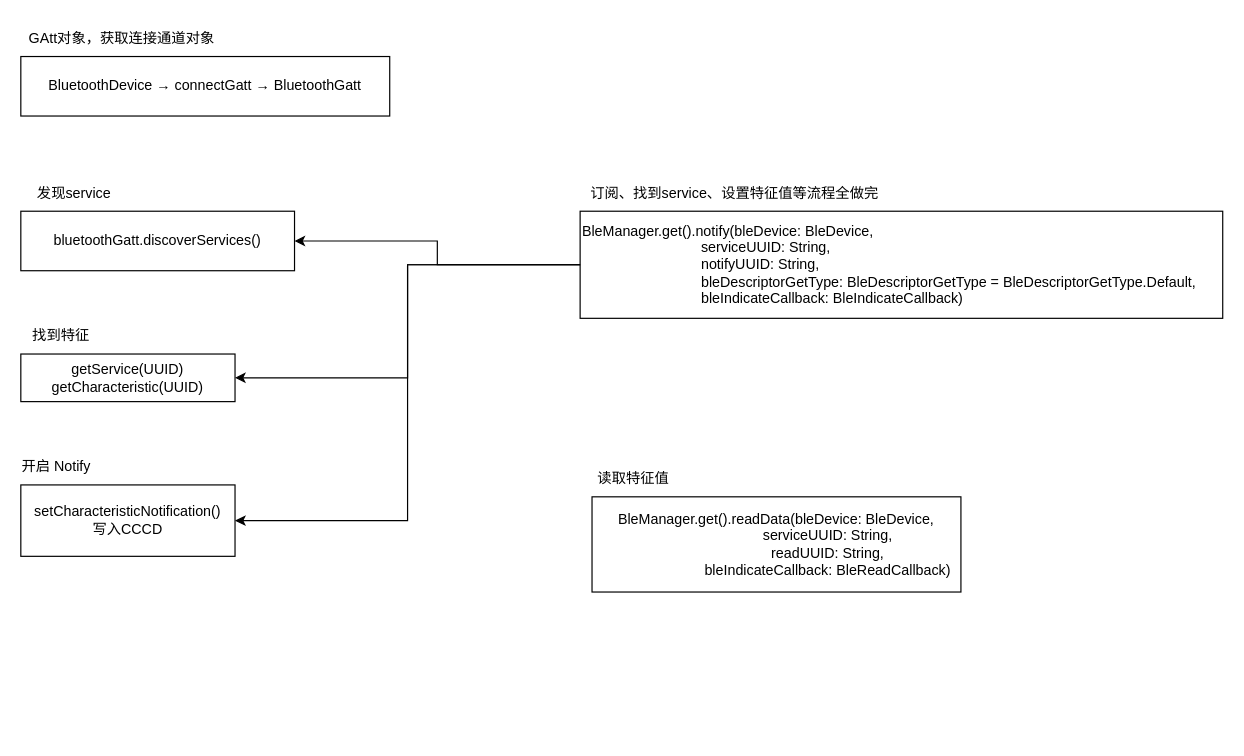
Before: 使用低功耗蓝牙配网流程.drawio in hhhhh15/drawio, a draw.io diagram. Source tidied: cells renumbered, new cells numbered last; positions are measured from the earlier drawing's top-left corner, leaving out a move shared by most shapes. Both pictures are drawn from the tidied source at 119%, with x=0, y=0 at pixel (20, 20).
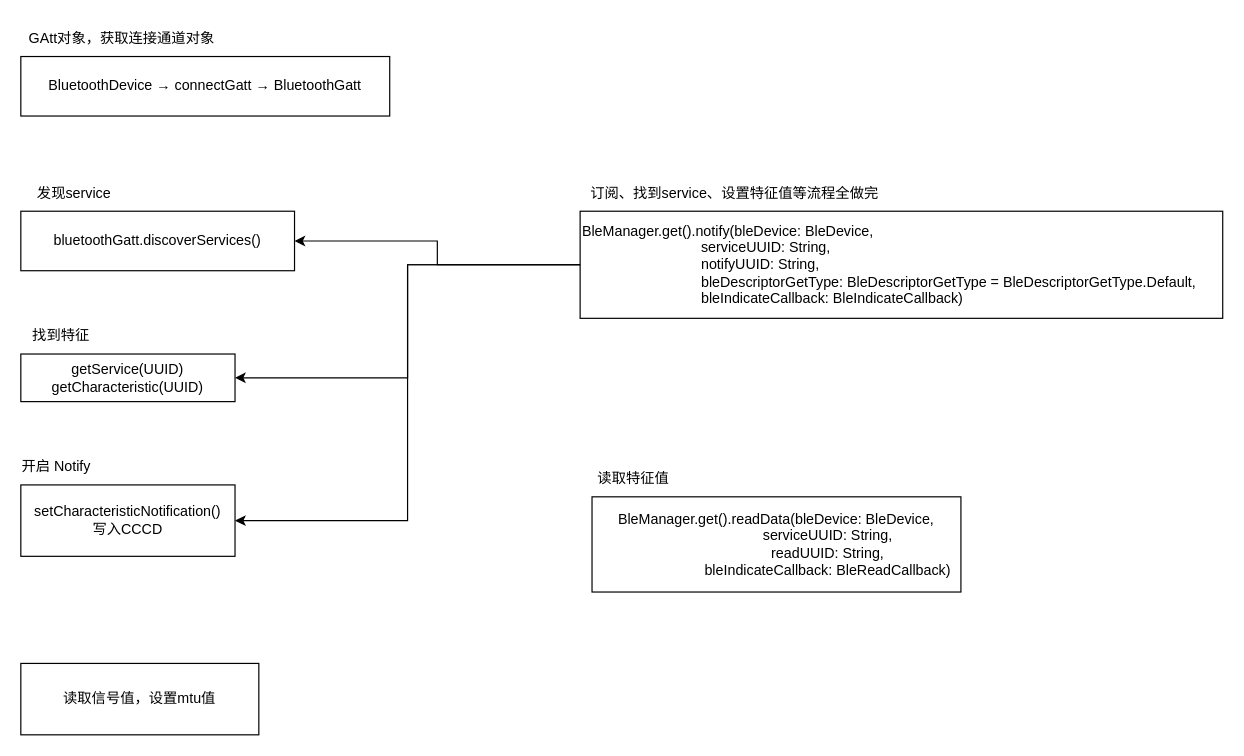
After the change.

The edit, as a diff of the source:
```diff
@@
+    <mxCell id="23" value="读取信号值，设置mtu值" style="rounded=0;whiteSpace=wrap;html=1;" parent="1" vertex="1">
+      <mxGeometry y="540" width="200" height="60" as="geometry" />
+    </mxCell>
```
